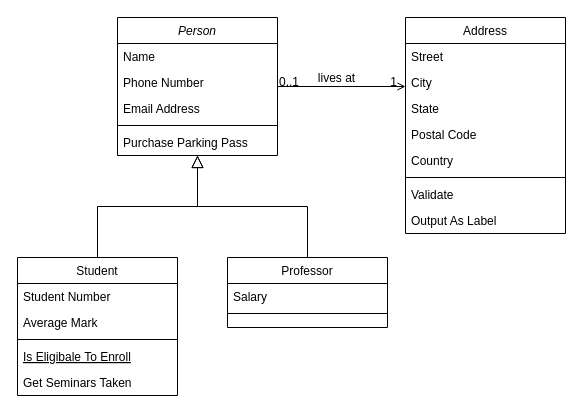
Before: RobotRV.drawio in kirtanamogili/2340diagrams, a draw.io diagram. Source tidied: cells renumbered, new cells numbered last; positions are measured from the earlier drawing's top-left corner, leaving out a move shared by most shapes. Both pictures are drawn from the tidied source at 100%, with x=0, y=0 at pixel (17, 17).
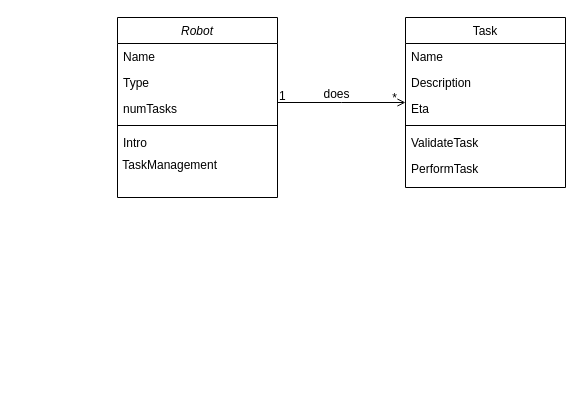
The same page after the edit.

Unchanged cells that the change refers to:
```xml
<mxCell id="28" style="endArrow=open;shadow=0;strokeWidth=1;rounded=0;endFill=1;edgeStyle=elbowEdgeStyle;elbow=vertical;" parent="1" edge="1" source="2" target="19">
  <mxGeometry x="0.5" y="41" relative="1" as="geometry">
    <mxPoint x="-40" y="32" as="offset" />
  </mxGeometry>
</mxCell>
```

Change to the diagram source:
```diff
@@
-    <mxCell id="2" value="Person" style="swimlane;fontStyle=2;align=center;verticalAlign=top;horizontal=1;startSize=26;rounded=0;shadow=0;strokeWidth=1;" parent="1" vertex="1">
-      <mxGeometry x="100" width="160" height="138" as="geometry" />
+    <mxCell id="2" value="Robot" style="swimlane;fontStyle=2;align=center;verticalAlign=top;horizontal=1;startSize=26;rounded=0;shadow=0;strokeWidth=1;" parent="1" vertex="1">
+      <mxGeometry x="100" width="160" height="180" as="geometry" />
     </mxCell>
@@
-    <mxCell id="4" value="Phone Number" style="text;align=left;verticalAlign=top;spacingLeft=4;spacingRight=4;overflow=hidden;rounded=0;shadow=0;html=0;" parent="2" vertex="1">
+    <mxCell id="4" value="Type" style="text;align=left;verticalAlign=top;spacingLeft=4;spacingRight=4;overflow=hidden;rounded=0;shadow=0;html=0;" parent="2" vertex="1">
       <mxGeometry y="52" width="160" height="26" as="geometry" />
     </mxCell>
-    <mxCell id="5" value="Email Address" style="text;align=left;verticalAlign=top;spacingLeft=4;spacingRight=4;overflow=hidden;rounded=0;shadow=0;html=0;" parent="2" vertex="1">
+    <mxCell id="5" value="numTasks" style="text;align=left;verticalAlign=top;spacingLeft=4;spacingRight=4;overflow=hidden;rounded=0;shadow=0;html=0;" parent="2" vertex="1">
       <mxGeometry y="78" width="160" height="26" as="geometry" />
     </mxCell>
@@
-    <mxCell id="7" value="Purchase Parking Pass" style="text;align=left;verticalAlign=top;spacingLeft=4;spacingRight=4;overflow=hidden;" parent="2" vertex="1">
+    <mxCell id="7" value="Intro" style="text;align=left;verticalAlign=top;spacingLeft=4;spacingRight=4;overflow=hidden;" parent="2" vertex="1">
       <mxGeometry y="112" width="160" height="26" as="geometry" />
     </mxCell>
-    <mxCell id="8" value="Student" style="swimlane;fontStyle=0;align=center;verticalAlign=top;horizontal=1;startSize=26;rounded=0;shadow=0;strokeWidth=1;" parent="1" vertex="1">
-      <mxGeometry y="240" width="160" height="138" as="geometry" />
-    </mxCell>
-    <mxCell id="9" value="Student Number" style="text;align=left;verticalAlign=top;spacingLeft=4;spacingRight=4;overflow=hidden;" parent="8" vertex="1">
-      <mxGeometry y="26" width="160" height="26" as="geometry" />
-    </mxCell>
-    <mxCell id="10" value="Average Mark" style="text;align=left;verticalAlign=top;spacingLeft=4;spacingRight=4;overflow=hidden;rounded=0;shadow=0;html=0;" parent="8" vertex="1">
-      <mxGeometry y="52" width="160" height="26" as="geometry" />
-    </mxCell>
-    <mxCell id="11" style="line;html=1;strokeWidth=1;align=left;verticalAlign=middle;spacingTop=-1;spacingLeft=3;spacingRight=3;labelPosition=right;" parent="8" vertex="1">
-      <mxGeometry y="78" width="160" height="8" as="geometry" />
-    </mxCell>
-    <mxCell id="12" value="Is Eligibale To Enroll" style="text;align=left;verticalAlign=top;spacingLeft=4;spacingRight=4;overflow=hidden;fontStyle=4;" parent="8" vertex="1">
-      <mxGeometry y="86" width="160" height="26" as="geometry" />
-    </mxCell>
-    <mxCell id="13" value="Get Seminars Taken" style="text;align=left;verticalAlign=top;spacingLeft=4;spacingRight=4;overflow=hidden;" parent="8" vertex="1">
-      <mxGeometry y="112" width="160" height="26" as="geometry" />
-    </mxCell>
-    <mxCell id="14" style="endArrow=block;endSize=10;endFill=0;shadow=0;strokeWidth=1;rounded=0;edgeStyle=elbowEdgeStyle;elbow=vertical;" parent="1" edge="1" source="8" target="2">
-      <mxGeometry relative="1" as="geometry" />
-    </mxCell>
-    <mxCell id="15" value="Professor" style="swimlane;fontStyle=0;align=center;verticalAlign=top;horizontal=1;startSize=26;rounded=0;shadow=0;strokeWidth=1;" parent="1" vertex="1">
-      <mxGeometry x="210" y="240" width="160" height="70" as="geometry" />
-    </mxCell>
-    <mxCell id="16" value="Salary" style="text;align=left;verticalAlign=top;spacingLeft=4;spacingRight=4;overflow=hidden;" parent="15" vertex="1">
-      <mxGeometry y="26" width="160" height="26" as="geometry" />
-    </mxCell>
-    <mxCell id="17" style="line;html=1;strokeWidth=1;align=left;verticalAlign=middle;spacingTop=-1;spacingLeft=3;spacingRight=3;labelPosition=right;" parent="15" vertex="1">
-      <mxGeometry y="52" width="160" height="8" as="geometry" />
-    </mxCell>
-    <mxCell id="18" style="endArrow=block;endSize=10;endFill=0;shadow=0;strokeWidth=1;rounded=0;edgeStyle=elbowEdgeStyle;elbow=vertical;" parent="1" edge="1" source="15" target="2">
-      <mxGeometry relative="1" as="geometry" />
-    </mxCell>
+    <mxCell id="32" value="&amp;nbsp;TaskManagement" style="text;html=1;align=left;verticalAlign=middle;" parent="2" vertex="1">
+      <mxGeometry y="138" width="160" height="20" as="geometry" />
+    </mxCell>
-    <mxCell id="19" value="Address" style="swimlane;fontStyle=0;align=center;verticalAlign=top;horizontal=1;startSize=26;rounded=0;shadow=0;strokeWidth=1;" parent="1" vertex="1">
-      <mxGeometry x="388" width="160" height="216" as="geometry" />
+    <mxCell id="19" value="Task" style="swimlane;fontStyle=0;align=center;verticalAlign=top;horizontal=1;startSize=26;rounded=0;shadow=0;strokeWidth=1;" parent="1" vertex="1">
+      <mxGeometry x="388" width="160" height="170" as="geometry" />
     </mxCell>
-    <mxCell id="20" value="Street" style="text;align=left;verticalAlign=top;spacingLeft=4;spacingRight=4;overflow=hidden;" parent="19" vertex="1">
+    <mxCell id="20" value="Name" style="text;align=left;verticalAlign=top;spacingLeft=4;spacingRight=4;overflow=hidden;" parent="19" vertex="1">
       <mxGeometry y="26" width="160" height="26" as="geometry" />
     </mxCell>
-    <mxCell id="21" value="City" style="text;align=left;verticalAlign=top;spacingLeft=4;spacingRight=4;overflow=hidden;rounded=0;shadow=0;html=0;" parent="19" vertex="1">
+    <mxCell id="21" value="Description" style="text;align=left;verticalAlign=top;spacingLeft=4;spacingRight=4;overflow=hidden;rounded=0;shadow=0;html=0;" parent="19" vertex="1">
       <mxGeometry y="52" width="160" height="26" as="geometry" />
     </mxCell>
-    <mxCell id="22" value="State" style="text;align=left;verticalAlign=top;spacingLeft=4;spacingRight=4;overflow=hidden;rounded=0;shadow=0;html=0;" parent="19" vertex="1">
+    <mxCell id="22" value="Eta" style="text;align=left;verticalAlign=top;spacingLeft=4;spacingRight=4;overflow=hidden;rounded=0;shadow=0;html=0;" parent="19" vertex="1">
       <mxGeometry y="78" width="160" height="26" as="geometry" />
     </mxCell>
-    <mxCell id="23" value="Postal Code" style="text;align=left;verticalAlign=top;spacingLeft=4;spacingRight=4;overflow=hidden;rounded=0;shadow=0;html=0;" parent="19" vertex="1">
-      <mxGeometry y="104" width="160" height="26" as="geometry" />
-    </mxCell>
-    <mxCell id="24" value="Country" style="text;align=left;verticalAlign=top;spacingLeft=4;spacingRight=4;overflow=hidden;rounded=0;shadow=0;html=0;" parent="19" vertex="1">
-      <mxGeometry y="130" width="160" height="26" as="geometry" />
-    </mxCell>
     <mxCell id="25" style="line;html=1;strokeWidth=1;align=left;verticalAlign=middle;spacingTop=-1;spacingLeft=3;spacingRight=3;labelPosition=right;" parent="19" vertex="1">
-      <mxGeometry y="156" width="160" height="8" as="geometry" />
+      <mxGeometry y="104" width="160" height="8" as="geometry" />
     </mxCell>
-    <mxCell id="26" value="Validate" style="text;align=left;verticalAlign=top;spacingLeft=4;spacingRight=4;overflow=hidden;" parent="19" vertex="1">
-      <mxGeometry y="164" width="160" height="26" as="geometry" />
+    <mxCell id="26" value="ValidateTask" style="text;align=left;verticalAlign=top;spacingLeft=4;spacingRight=4;overflow=hidden;" parent="19" vertex="1">
+      <mxGeometry y="112" width="160" height="26" as="geometry" />
     </mxCell>
-    <mxCell id="27" value="Output As Label" style="text;align=left;verticalAlign=top;spacingLeft=4;spacingRight=4;overflow=hidden;" parent="19" vertex="1">
-      <mxGeometry y="190" width="160" height="26" as="geometry" />
+    <mxCell id="27" value="PerformTask" style="text;align=left;verticalAlign=top;spacingLeft=4;spacingRight=4;overflow=hidden;" parent="19" vertex="1">
+      <mxGeometry y="138" width="160" height="26" as="geometry" />
     </mxCell>
@@
-    <mxCell id="29" value="0..1" style="align=left;verticalAlign=bottom;labelBackgroundColor=none;fontSize=12;" parent="28" vertex="1">
+    <mxCell id="29" value="1" style="align=left;verticalAlign=bottom;labelBackgroundColor=none;fontSize=12;" parent="28" vertex="1">
       <mxGeometry x="-1" relative="1" as="geometry">
-        <mxPoint y="4" as="offset" />
+        <mxPoint y="2" as="offset" />
       </mxGeometry>
     </mxCell>
-    <mxCell id="30" value="1" style="align=right;verticalAlign=bottom;labelBackgroundColor=none;fontSize=12;" parent="28" vertex="1">
+    <mxCell id="30" value="*" style="align=right;verticalAlign=bottom;labelBackgroundColor=none;fontSize=12;" parent="28" vertex="1">
       <mxGeometry x="1" relative="1" as="geometry">
         <mxPoint x="-7" y="4" as="offset" />
       </mxGeometry>
     </mxCell>
-    <mxCell id="31" value="lives at" style="text;html=1;align=center;verticalAlign=middle;labelBackgroundColor=none;rounded=0;shadow=0;strokeWidth=1;fontSize=12;" parent="28" vertex="1">
+    <mxCell id="31" value="does" style="text;html=1;align=center;verticalAlign=middle;labelBackgroundColor=none;rounded=0;shadow=0;strokeWidth=1;fontSize=12;" parent="28" vertex="1">
       <mxGeometry x="0.5" y="49" relative="1" as="geometry">
         <mxPoint x="-38" y="40" as="offset" />
       </mxGeometry>
     </mxCell>
```
